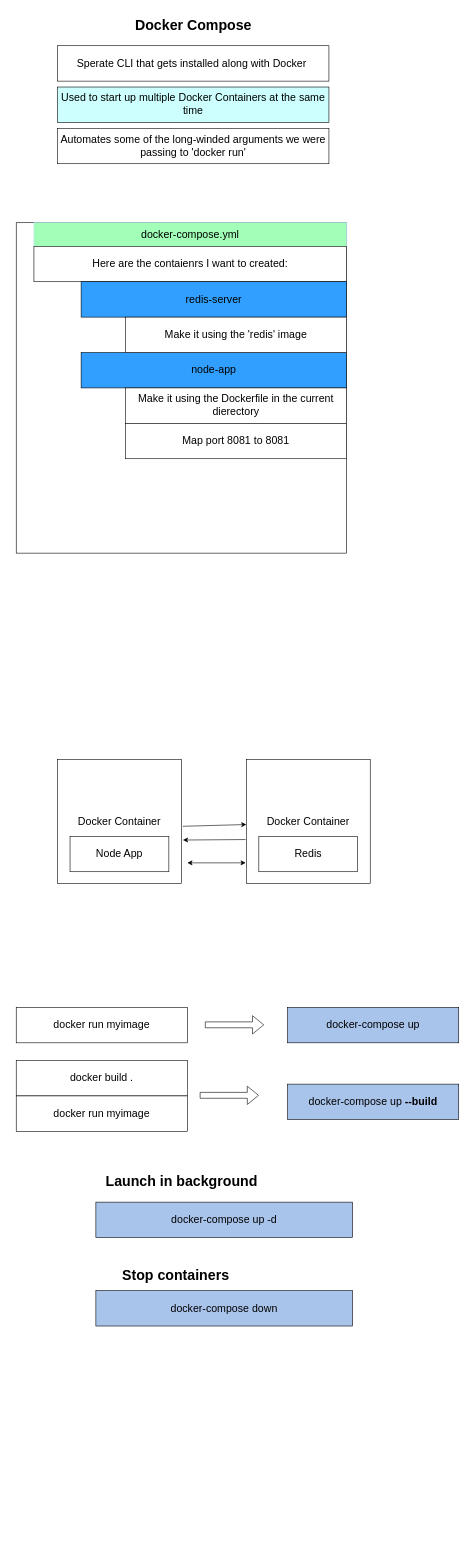
Above: page "docker compose" (6 of 6) of Untitled Diagram.drawio in hephaestus88/docker (draw.io), before the change. Source tidied: cells renumbered, new cells numbered last; positions are measured from the earlier drawing's top-left corner, leaving out a move shared by most shapes. Both pictures are drawn from the tidied source at 59%, with x=0, y=0 at pixel (16, 10).
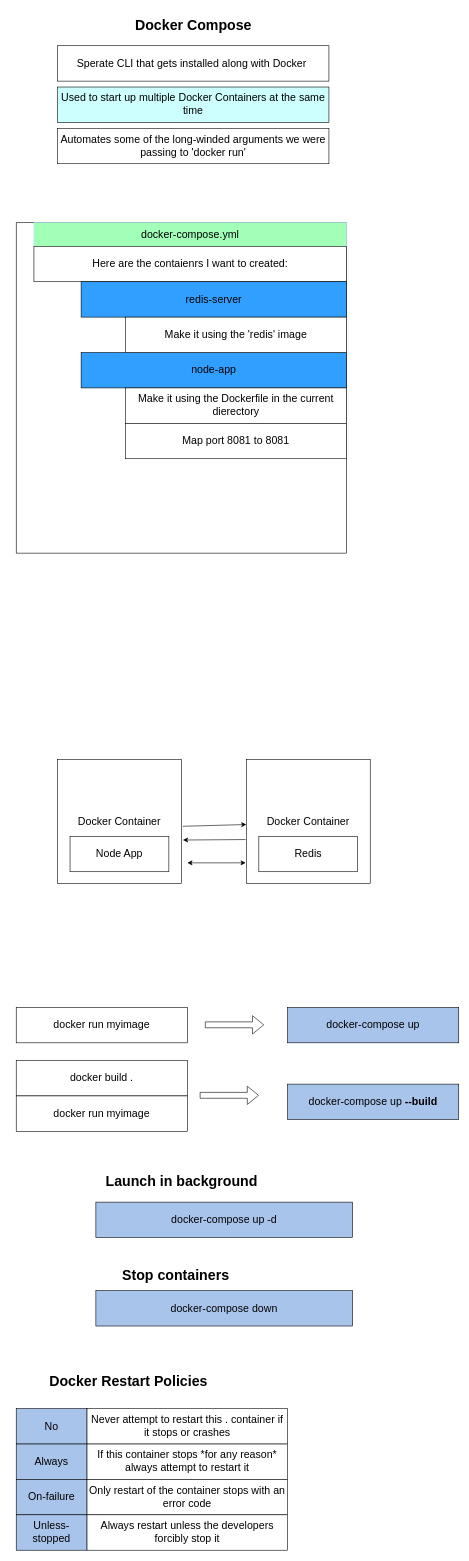
After the change.

The edit, as a diff of the source:
```diff
@@
+    <mxCell id="33" value="&lt;font style=&quot;font-size: 18px;&quot;&gt;No&lt;/font&gt;" style="rounded=0;whiteSpace=wrap;html=1;fillColor=#A9C4EB;" parent="1" vertex="1">
+      <mxGeometry y="2370" width="120" height="60" as="geometry" />
+    </mxCell>
+    <mxCell id="34" value="&lt;font style=&quot;font-size: 18px;&quot;&gt;Never attempt to restart this . container if it stops or crashes&lt;/font&gt;" style="rounded=0;whiteSpace=wrap;html=1;" parent="1" vertex="1">
+      <mxGeometry x="120" y="2370" width="340" height="60" as="geometry" />
+    </mxCell>
+    <mxCell id="35" value="&lt;font style=&quot;font-size: 18px;&quot;&gt;Always&lt;/font&gt;" style="rounded=0;whiteSpace=wrap;html=1;fillColor=#A9C4EB;" parent="1" vertex="1">
+      <mxGeometry y="2430" width="120" height="60" as="geometry" />
+    </mxCell>
+    <mxCell id="36" value="&lt;font style=&quot;font-size: 18px;&quot;&gt;If this container stops *for any reason* always attempt to restart it&lt;/font&gt;" style="rounded=0;whiteSpace=wrap;html=1;" parent="1" vertex="1">
+      <mxGeometry x="120" y="2430" width="340" height="60" as="geometry" />
+    </mxCell>
+    <mxCell id="37" value="&lt;span style=&quot;font-size: 18px;&quot;&gt;On-failure&lt;/span&gt;" style="rounded=0;whiteSpace=wrap;html=1;fillColor=#A9C4EB;" parent="1" vertex="1">
+      <mxGeometry y="2490" width="120" height="60" as="geometry" />
+    </mxCell>
+    <mxCell id="38" value="&lt;font style=&quot;font-size: 18px;&quot;&gt;Only restart of the container stops with an error code&lt;/font&gt;" style="rounded=0;whiteSpace=wrap;html=1;" parent="1" vertex="1">
+      <mxGeometry x="120" y="2490" width="340" height="60" as="geometry" />
+    </mxCell>
+    <mxCell id="39" value="&lt;span style=&quot;font-size: 18px;&quot;&gt;Unless-stopped&lt;/span&gt;" style="rounded=0;whiteSpace=wrap;html=1;fillColor=#A9C4EB;" parent="1" vertex="1">
+      <mxGeometry y="2550" width="120" height="60" as="geometry" />
+    </mxCell>
+    <mxCell id="40" value="&lt;span style=&quot;font-size: 18px;&quot;&gt;Always restart unless the developers forcibly stop it&lt;/span&gt;" style="rounded=0;whiteSpace=wrap;html=1;" parent="1" vertex="1">
+      <mxGeometry x="120" y="2550" width="340" height="60" as="geometry" />
+    </mxCell>
+    <mxCell id="41" value="Docker Restart Policies" style="text;strokeColor=none;fillColor=none;html=1;fontSize=24;fontStyle=1;verticalAlign=middle;align=center;" parent="1" vertex="1">
+      <mxGeometry x="-10" y="2300" width="400" height="50" as="geometry" />
+    </mxCell>
```
